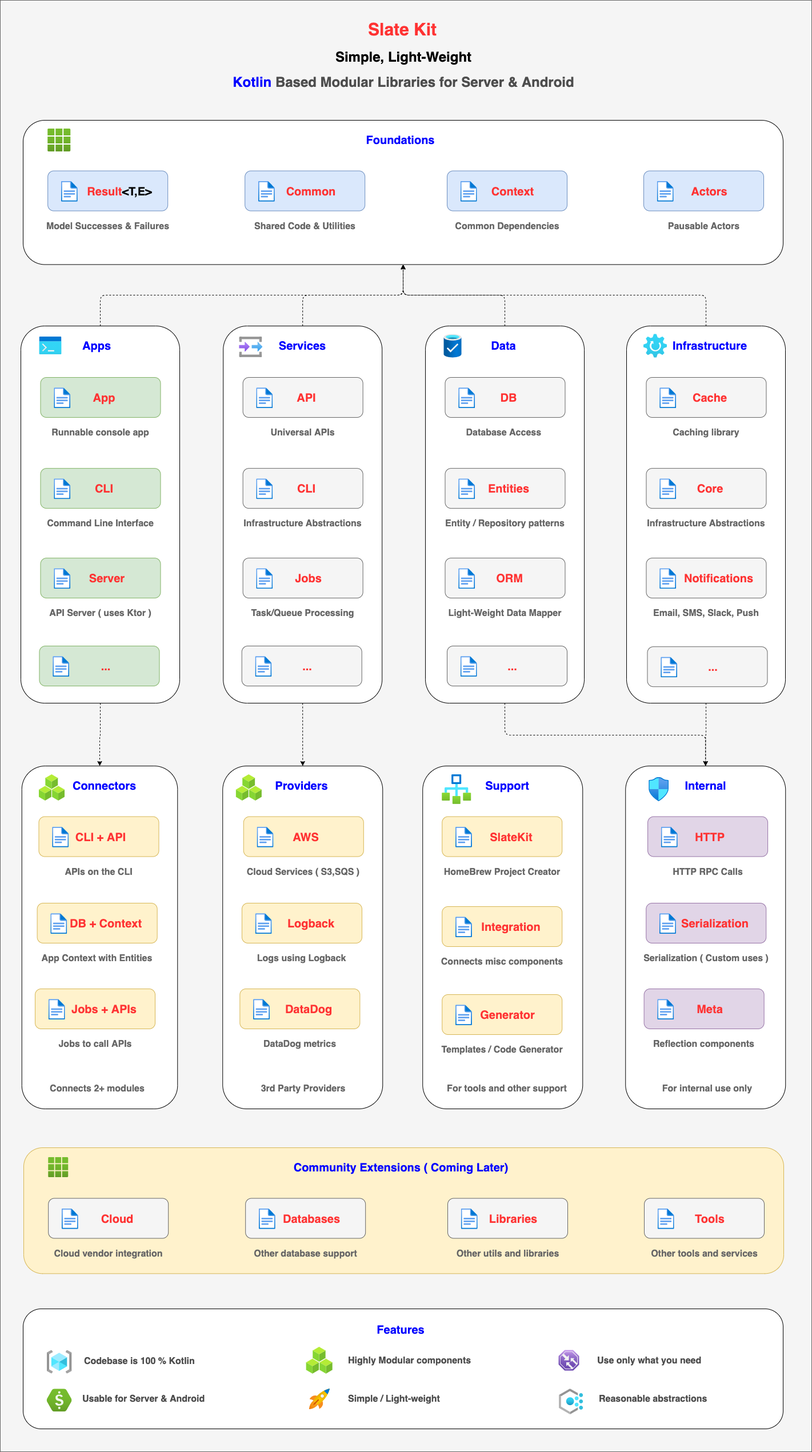
The draw.io diagram doc/diagrams/slatekit-overview.png in slatekit/kiit, before a commit. Source tidied: cells renumbered, new cells last; positions are measured from the earlier drawing's top-left corner, leaving out a move shared by most shapes.
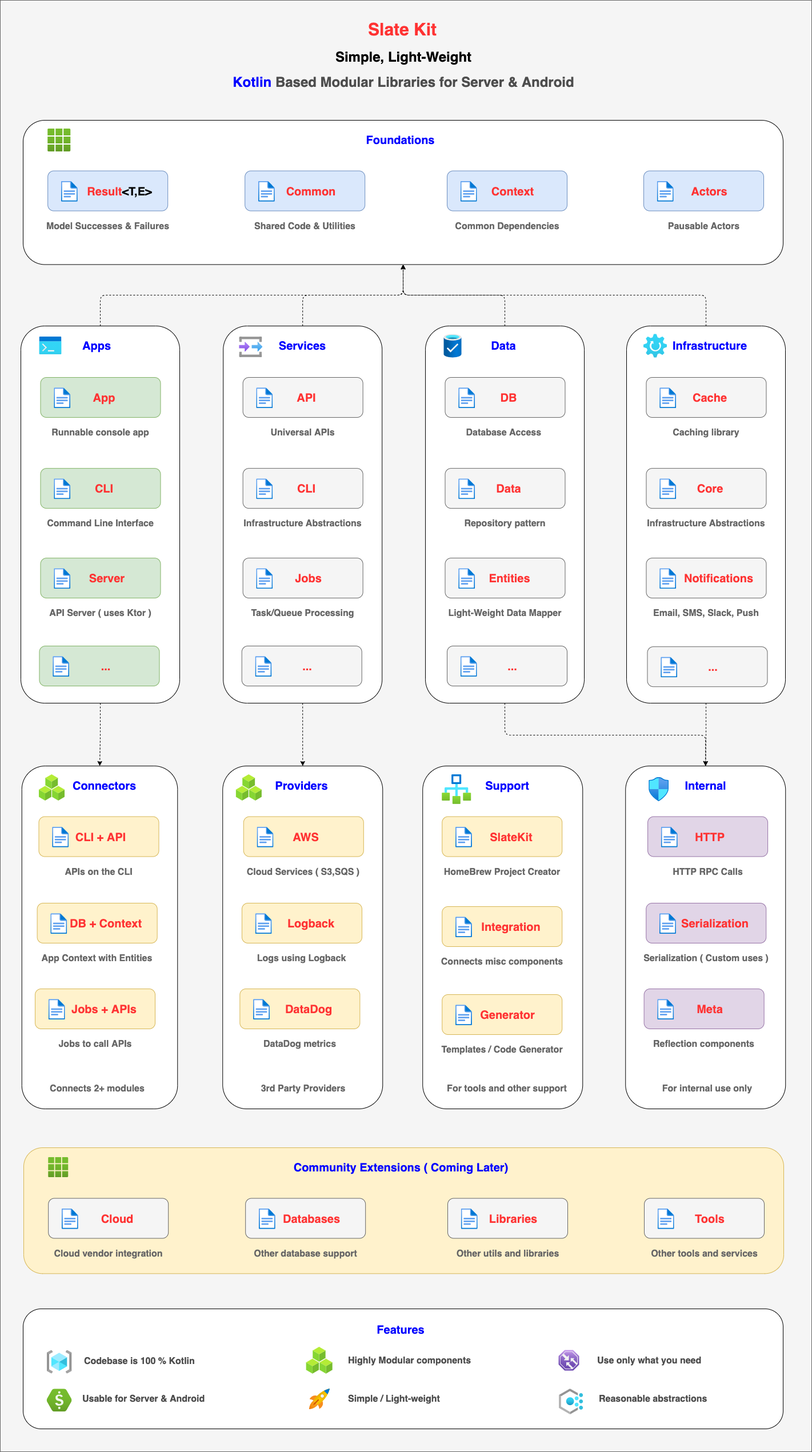
After the commit.

Commit message:
DIAGRAM: Updated overview diagram

Change to the diagram source:
```diff
@@ -182,10 +182,10 @@
     <mxCell id="61" style="html=1;align=center;image;fontSize=12;image=img/lib/azure2/general/File.svg;" parent="1" vertex="1">
       <mxGeometry x="802.2" y="837.4" width="29.2" height="36" as="geometry" />
     </mxCell>
-    <mxCell id="62" value="&lt;span style=&quot;font-size: 16px&quot;&gt;&lt;b&gt;Entity / Repository patterns&lt;/b&gt;&lt;/span&gt;" style="text;html=1;strokeColor=none;fillColor=none;align=center;verticalAlign=middle;whiteSpace=wrap;rounded=0;fontColor=#666666;" parent="1" vertex="1">
+    <mxCell id="62" value="&lt;span style=&quot;font-size: 16px&quot;&gt;&lt;b&gt;Repository pattern&lt;/b&gt;&lt;/span&gt;" style="text;html=1;strokeColor=none;fillColor=none;align=center;verticalAlign=middle;whiteSpace=wrap;rounded=0;fontColor=#666666;" parent="1" vertex="1">
       <mxGeometry x="772" y="901.4" width="222.9" height="30" as="geometry" />
     </mxCell>
-    <mxCell id="63" value="&lt;font size=&quot;1&quot;&gt;&lt;b style=&quot;font-size: 20px&quot;&gt;&lt;font color=&quot;#ff3333&quot;&gt;Entities&lt;/font&gt;&lt;/b&gt;&lt;/font&gt;" style="text;html=1;strokeColor=none;fillColor=none;align=center;verticalAlign=middle;whiteSpace=wrap;rounded=0;" parent="1" vertex="1">
+    <mxCell id="63" value="&lt;font size=&quot;1&quot;&gt;&lt;b style=&quot;font-size: 20px&quot;&gt;&lt;font color=&quot;#ff3333&quot;&gt;Data&lt;/font&gt;&lt;/b&gt;&lt;/font&gt;" style="text;html=1;strokeColor=none;fillColor=none;align=center;verticalAlign=middle;whiteSpace=wrap;rounded=0;" parent="1" vertex="1">
       <mxGeometry x="845.3" y="840.4" width="90" height="30" as="geometry" />
     </mxCell>
     <mxCell id="64" style="rounded=1;whiteSpace=wrap;html=1;glass=0;strokeColor=#666666;strokeWidth=1;fillColor=#f5f5f5;fontSize=14;fontColor=#333333;align=right;" parent="1" vertex="1">
@@ -197,7 +197,7 @@
     <mxCell id="66" value="&lt;span style=&quot;font-size: 16px&quot;&gt;&lt;b&gt;Light-Weight Data Mapper&lt;/b&gt;&lt;/span&gt;" style="text;html=1;strokeColor=none;fillColor=none;align=center;verticalAlign=middle;whiteSpace=wrap;rounded=0;fontColor=#666666;" parent="1" vertex="1">
       <mxGeometry x="772" y="1058.3" width="222.9" height="30" as="geometry" />
     </mxCell>
-    <mxCell id="67" value="&lt;font color=&quot;#ff3333&quot;&gt;&lt;span style=&quot;font-size: 20px&quot;&gt;&lt;b&gt;ORM&lt;/b&gt;&lt;/span&gt;&lt;/font&gt;" style="text;html=1;strokeColor=none;fillColor=none;align=center;verticalAlign=middle;whiteSpace=wrap;rounded=0;" parent="1" vertex="1">
+    <mxCell id="67" value="&lt;font color=&quot;#ff3333&quot;&gt;&lt;span style=&quot;font-size: 20px&quot;&gt;&lt;b&gt;Entities&lt;/b&gt;&lt;/span&gt;&lt;/font&gt;" style="text;html=1;strokeColor=none;fillColor=none;align=center;verticalAlign=middle;whiteSpace=wrap;rounded=0;" parent="1" vertex="1">
       <mxGeometry x="838" y="997.3" width="107.3" height="30" as="geometry" />
     </mxCell>
     <mxCell id="68" style="rounded=1;whiteSpace=wrap;html=1;glass=0;strokeWidth=1;fontSize=14;align=left;" parent="1" vertex="1">
```
